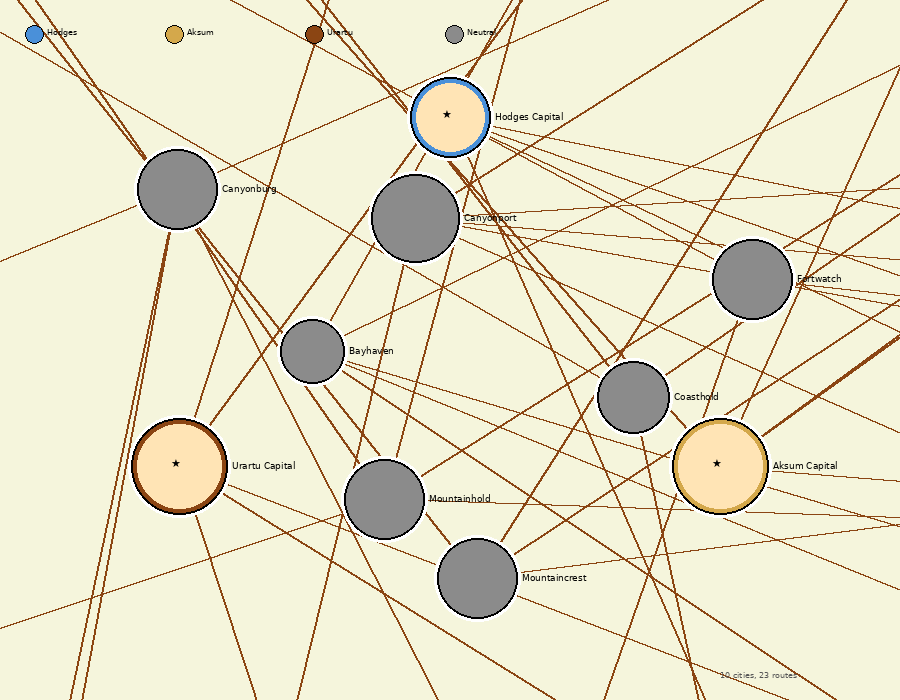
Above: world/map/world-map.png in DylanZ34/World-Sim (Graphviz), before the change. Its source is kept beside it as world/map/world-map.dot.
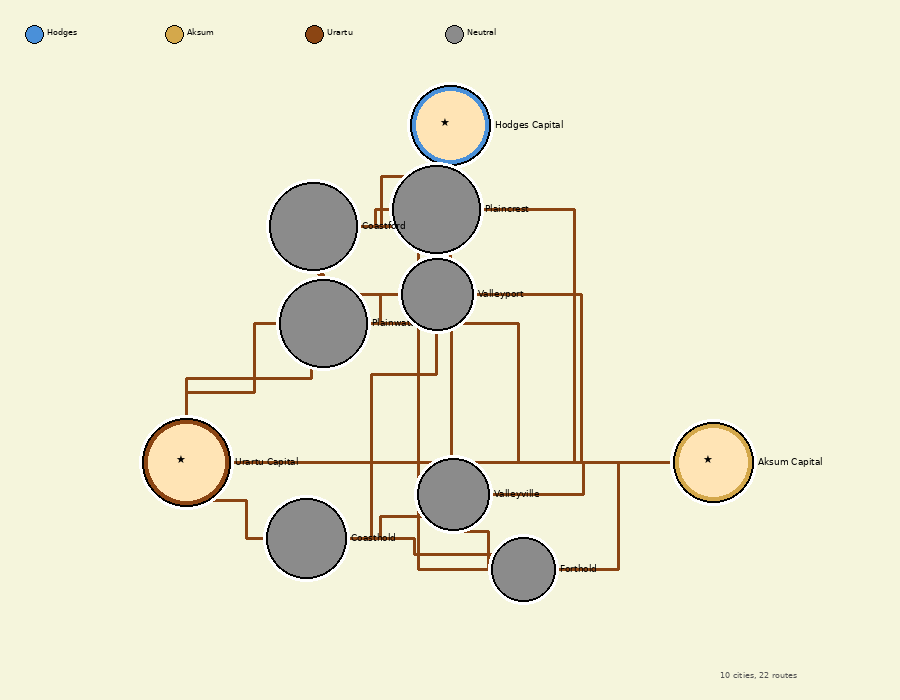
The same diagram one commit later.

What changed in the source:
```diff
@@ -4,38 +4,37 @@
   splines=true;
 
   node [shape=circle, style=filled, fontname="Arial"];
-  "city_0" [label="Hodges Capital\n(5/6)", fillcolor="#4A90D9", width=45, fontsize=10];
-  "city_1" [label="Aksum Capital\n(7/3)", fillcolor="#D4A84B", width=45, fontsize=10];
-  "city_2" [label="Urartu Capital\n(7/4)", fillcolor="#8B4513", width=45, fontsize=10];
-  "city_3" [label="Coasthold\n(4/1)", fillcolor="#CCCCCC", width=30, fontsize=10];
-  "city_4" [label="Canyonburg\n(5/1)", fillcolor="#CCCCCC", width=30, fontsize=10];
-  "city_5" [label="Fortwatch\n(5/4)", fillcolor="#CCCCCC", width=30, fontsize=10];
-  "city_6" [label="Canyonport\n(6/3)", fillcolor="#CCCCCC", width=30, fontsize=10];
-  "city_7" [label="Mountaincrest\n(5/1)", fillcolor="#CCCCCC", width=30, fontsize=10];
-  "city_8" [label="Bayhaven\n(3/3)", fillcolor="#CCCCCC", width=30, fontsize=10];
-  "city_9" [label="Mountainhold\n(5/1)", fillcolor="#CCCCCC", width=30, fontsize=10];
+  "city_0" [label="Hodges Capital\n(5/3)", fillcolor="#4A90D9", width=45, fontsize=10];
+  "city_1" [label="Aksum Capital\n(5/5)", fillcolor="#D4A84B", width=45, fontsize=10];
+  "city_2" [label="Urartu Capital\n(6/6)", fillcolor="#8B4513", width=45, fontsize=10];
+  "city_3" [label="Valleyville\n(4/4)", fillcolor="#CCCCCC", width=30, fontsize=10];
+  "city_4" [label="Plaincrest\n(6/1)", fillcolor="#CCCCCC", width=30, fontsize=10];
+  "city_5" [label="Forthold\n(3/2)", fillcolor="#CCCCCC", width=30, fontsize=10];
+  "city_6" [label="Plainwatch\n(6/4)", fillcolor="#CCCCCC", width=30, fontsize=10];
+  "city_7" [label="Valleyport\n(4/1)", fillcolor="#CCCCCC", width=30, fontsize=10];
+  "city_8" [label="Coasthold\n(5/4)", fillcolor="#CCCCCC", width=30, fontsize=10];
+  "city_9" [label="Coastford\n(6/3)", fillcolor="#CCCCCC", width=30, fontsize=10];
 
-  "city_0" -- "city_6" [len=2];
   "city_0" -- "city_4" [len=2];
+  "city_0" -- "city_9" [len=2];
+  "city_1" -- "city_5" [len=2];
   "city_1" -- "city_3" [len=2];
-  "city_1" -- "city_5" [len=2];
   "city_2" -- "city_8" [len=2];
-  "city_2" -- "city_9" [len=2];
+  "city_2" -- "city_6" [len=2];
   "city_3" -- "city_5" [len=2];
-  "city_4" -- "city_6" [len=2];
+  "city_3" -- "city_8" [len=2];
+  "city_4" -- "city_7" [len=2];
+  "city_5" -- "city_8" [len=2];
+  "city_6" -- "city_7" [len=2];
+  "city_6" -- "city_9" [len=2];
+  "city_4" -- "city_9" [len=2];
+  "city_0" -- "city_7" [len=2];
+  "city_0" -- "city_3" [len=2];
+  "city_0" -- "city_1" [len=2];
+  "city_1" -- "city_6" [len=2];
+  "city_1" -- "city_4" [len=2];
+  "city_1" -- "city_2" [len=2];
+  "city_2" -- "city_7" [len=2];
   "city_4" -- "city_8" [len=2];
-  "city_6" -- "city_8" [len=2];
-  "city_7" -- "city_9" [len=2];
-  "city_1" -- "city_7" [len=2];
-  "city_0" -- "city_2" [len=2];
-  "city_0" -- "city_8" [len=2];
-  "city_1" -- "city_6" [len=2];
-  "city_1" -- "city_8" [len=2];
-  "city_2" -- "city_3" [len=2];
-  "city_2" -- "city_7" [len=2];
-  "city_4" -- "city_9" [len=2];
-  "city_4" -- "city_5" [len=2];
-  "city_6" -- "city_7" [len=2];
-  "city_3" -- "city_9" [len=2];
-  "city_6" -- "city_9" [len=2];
+  "city_5" -- "city_9" [len=2];
 }
```
